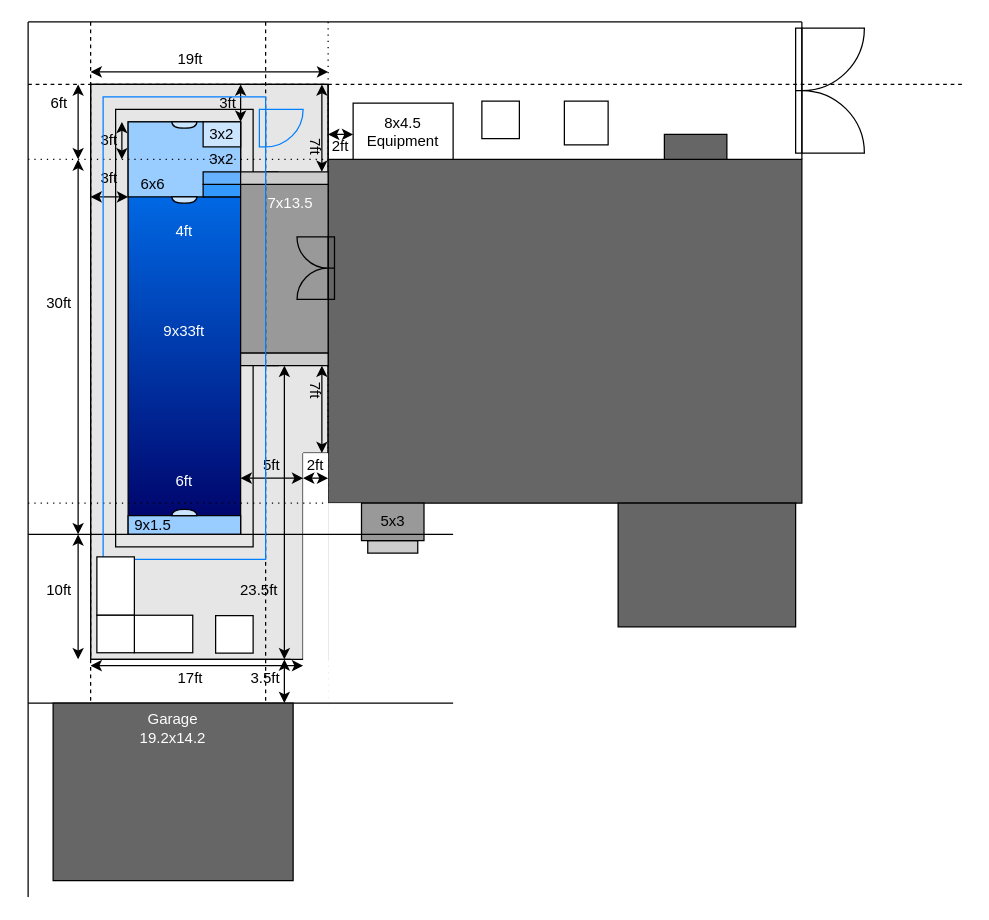
Before: PoolPlan.drawio in hikumealan/draw-io-diagrams, a draw.io diagram. Source tidied: cells renumbered, new cells numbered last; positions are measured from the earlier drawing's top-left corner, leaving out a move shared by most shapes. Both pictures are drawn from the tidied source at 125%, with x=0, y=0 at pixel (21, 21).
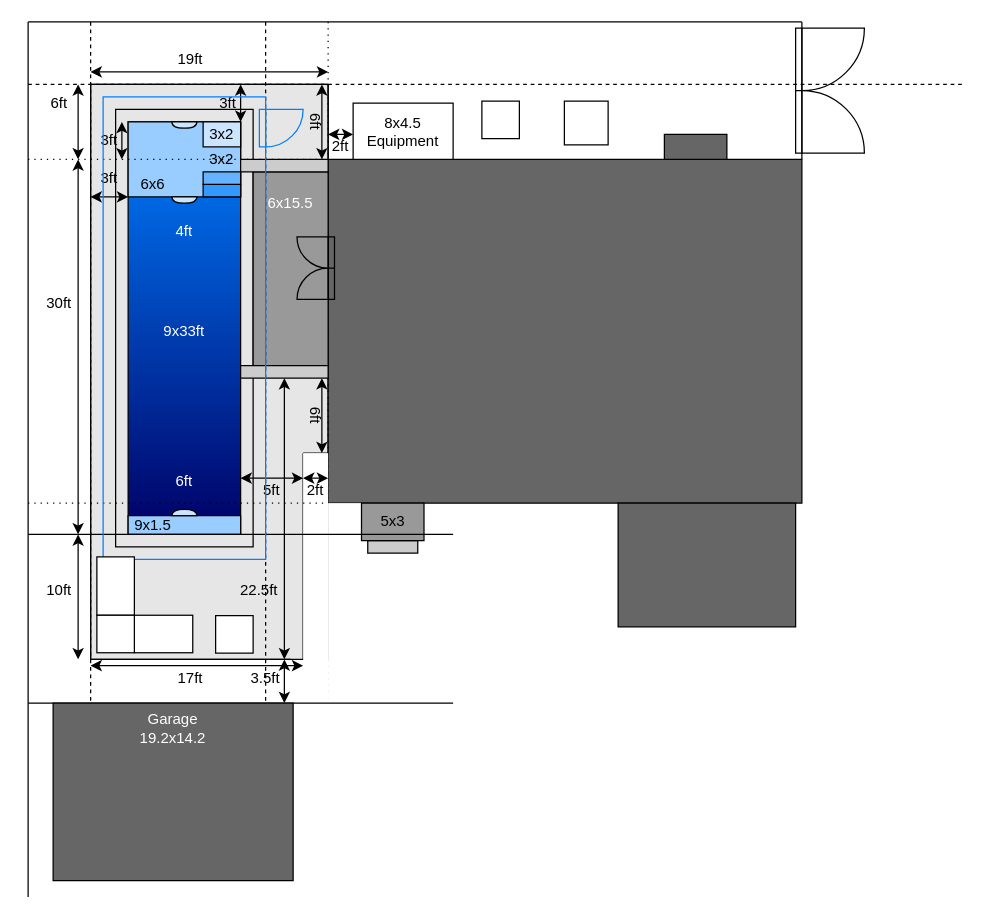
After the change.

The edit, as a diff of the source:
```diff
@@
-    <mxCell id="3" style="rounded=0;whiteSpace=wrap;html=1;fillColor=#CCCCCC;gradientColor=none;" parent="1" vertex="1">
-      <mxGeometry x="195" y="120" width="10" height="155" as="geometry" />
-    </mxCell>
@@
-    <mxCell id="21" value="7ft" style="text;html=1;strokeColor=none;fillColor=none;align=center;verticalAlign=middle;whiteSpace=wrap;rounded=0;rotation=90;" parent="1" vertex="1">
-      <mxGeometry x="205" y="85" width="60" height="30" as="geometry" />
+    <mxCell id="21" value="6ft" style="text;html=1;strokeColor=none;fillColor=none;align=center;verticalAlign=middle;whiteSpace=wrap;rounded=0;rotation=90;" parent="1" vertex="1">
+      <mxGeometry x="205" y="65" width="60" height="30" as="geometry" />
     </mxCell>
@@
-    <mxCell id="37" value="7ft" style="text;html=1;strokeColor=none;fillColor=none;align=center;verticalAlign=middle;whiteSpace=wrap;rounded=0;rotation=90;" parent="1" vertex="1">
-      <mxGeometry x="205" y="280" width="60" height="30" as="geometry" />
+    <mxCell id="37" value="6ft" style="text;html=1;strokeColor=none;fillColor=none;align=center;verticalAlign=middle;whiteSpace=wrap;rounded=0;rotation=90;" parent="1" vertex="1">
+      <mxGeometry x="205" y="300" width="60" height="30" as="geometry" />
     </mxCell>
@@
     <mxCell id="46" value="5ft" style="text;html=1;strokeColor=none;fillColor=none;align=center;verticalAlign=middle;whiteSpace=wrap;rounded=0;" parent="1" vertex="1">
-      <mxGeometry x="170" y="340" width="60" height="30" as="geometry" />
+      <mxGeometry x="170" y="360" width="60" height="30" as="geometry" />
     </mxCell>
@@
     <mxCell id="50" value="2ft" style="text;html=1;strokeColor=none;fillColor=none;align=center;verticalAlign=middle;whiteSpace=wrap;rounded=0;" parent="1" vertex="1">
-      <mxGeometry x="205" y="340" width="60" height="30" as="geometry" />
+      <mxGeometry x="205" y="360" width="60" height="30" as="geometry" />
     </mxCell>
@@
     <mxCell id="55" style="endArrow=classic;startArrow=classic;html=1;rounded=0;strokeColor=#000000;strokeWidth=1;" parent="1" edge="1">
       <mxGeometry relative="1" as="geometry">
         <mxPoint x="240" y="50" as="sourcePoint" />
-        <mxPoint x="240" y="120" as="targetPoint" />
+        <mxPoint x="240" y="110" as="targetPoint" />
       </mxGeometry>
     </mxCell>
     <mxCell id="56" style="endArrow=classic;startArrow=classic;html=1;rounded=0;strokeColor=#000000;strokeWidth=1;" parent="1" edge="1">
       <mxGeometry relative="1" as="geometry">
-        <mxPoint x="240" y="275" as="sourcePoint" />
+        <mxPoint x="240" y="285" as="sourcePoint" />
         <mxPoint x="240" y="345" as="targetPoint" />
       </mxGeometry>
     </mxCell>
@@
     <mxCell id="65" style="rounded=0;whiteSpace=wrap;html=1;fillColor=#999999;gradientColor=none;" parent="1" vertex="1">
-      <mxGeometry x="175" y="130" width="70" height="135" as="geometry" />
+      <mxGeometry x="185" y="120" width="60" height="155" as="geometry" />
     </mxCell>
     <mxCell id="66" style="rounded=0;whiteSpace=wrap;html=1;fillColor=#CCCCCC;gradientColor=none;" parent="1" vertex="1">
-      <mxGeometry x="175" y="265" width="70" height="10" as="geometry" />
+      <mxGeometry x="175" y="275" width="70" height="10" as="geometry" />
     </mxCell>
     <mxCell id="67" style="rounded=0;whiteSpace=wrap;html=1;fillColor=#CCCCCC;gradientColor=none;" parent="1" vertex="1">
-      <mxGeometry x="175" y="120" width="70" height="10" as="geometry" />
+      <mxGeometry x="175" y="110" width="70" height="10" as="geometry" />
     </mxCell>
@@
-    <mxCell id="69" value="&lt;font color=&quot;#ffffff&quot;&gt;7x13.5&lt;/font&gt;" style="text;html=1;strokeColor=none;fillColor=none;align=center;verticalAlign=middle;whiteSpace=wrap;rounded=0;rotation=0;" parent="1" vertex="1">
+    <mxCell id="69" value="&lt;font color=&quot;#ffffff&quot;&gt;6x15.5&lt;/font&gt;" style="text;html=1;strokeColor=none;fillColor=none;align=center;verticalAlign=middle;whiteSpace=wrap;rounded=0;rotation=0;" parent="1" vertex="1">
       <mxGeometry x="185" y="130" width="60" height="30" as="geometry" />
     </mxCell>
@@
     <mxCell id="83" style="endArrow=classic;startArrow=classic;html=1;rounded=0;fontColor=#FFFFFF;" parent="1" edge="1">
       <mxGeometry relative="1" as="geometry">
-        <mxPoint x="210" y="275" as="sourcePoint" />
+        <mxPoint x="210" y="285" as="sourcePoint" />
         <mxPoint x="210" y="510" as="targetPoint" />
       </mxGeometry>
     </mxCell>
-    <mxCell id="84" value="23.5ft" style="text;html=1;strokeColor=none;fillColor=none;align=center;verticalAlign=middle;whiteSpace=wrap;rounded=0;" parent="1" vertex="1">
+    <mxCell id="84" value="22.5ft" style="text;html=1;strokeColor=none;fillColor=none;align=center;verticalAlign=middle;whiteSpace=wrap;rounded=0;" parent="1" vertex="1">
       <mxGeometry x="160" y="440" width="60" height="30" as="geometry" />
     </mxCell>
```
